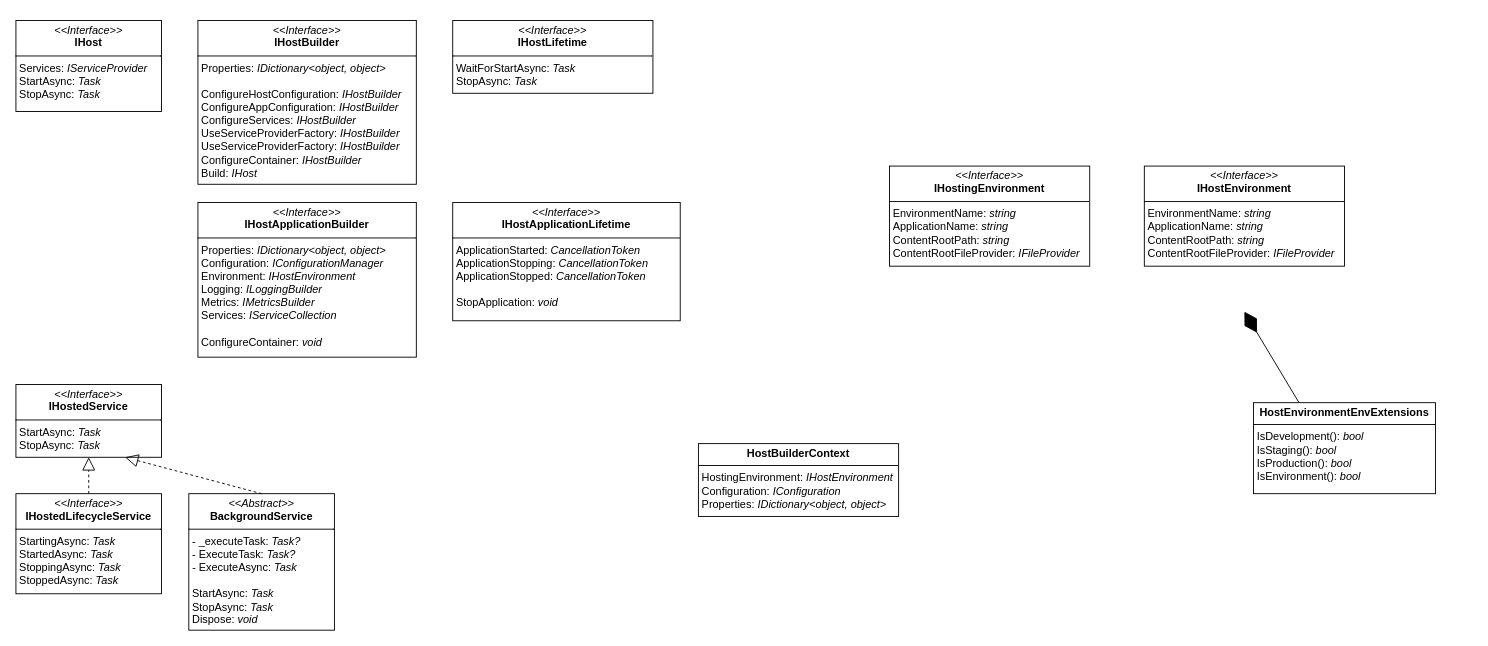
The draw.io diagram page "Hosting" (3 of 3) of .Net/Диаграмма без названия.drawio in KondyubaBA/Foundation, before the edit. Source tidied: cells renumbered, new cells numbered last; positions are measured from the earlier drawing's top-left corner, leaving out a move shared by most shapes. Both pictures are drawn from the tidied source at 91%, with x=0, y=0 at pixel (15, 20).
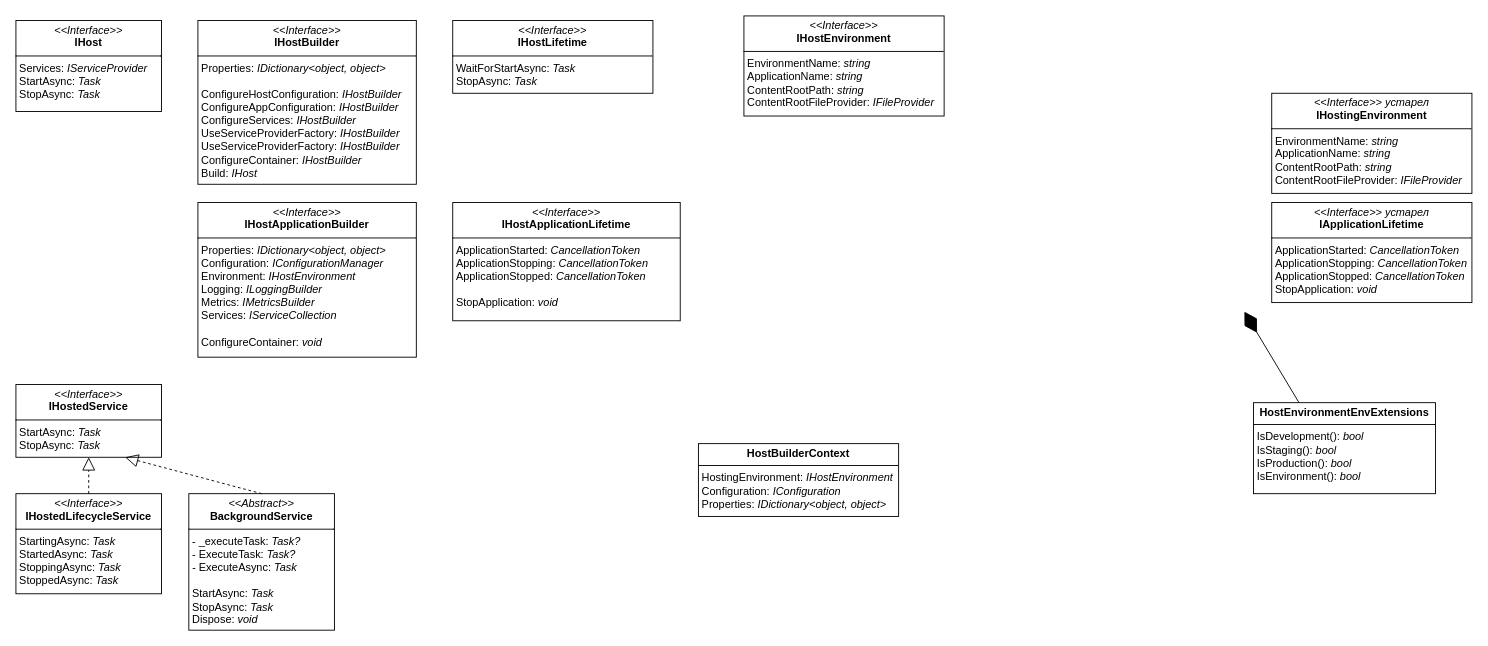
After the change.

The edit, as a diff of the source:
```diff
@@
 <mxGraphModel>
   <root>
     <mxCell id="0" />
     <mxCell id="1" parent="0" />
     <mxCell id="2" value="&lt;p style=&quot;margin:0px;margin-top:4px;text-align:center;&quot;&gt;&lt;i&gt;&amp;lt;&amp;lt;Interface&amp;gt;&amp;gt;&lt;/i&gt;&lt;br&gt;&lt;b&gt;IHost&lt;/b&gt;&lt;/p&gt;&lt;hr size=&quot;1&quot; style=&quot;border-style:solid;&quot;&gt;&lt;p style=&quot;margin:0px;margin-left:4px;&quot;&gt;Services: &lt;i&gt;IServiceProvider&lt;/i&gt;&lt;br&gt;StartAsync: &lt;i&gt;Task&lt;/i&gt;&lt;/p&gt;&lt;p style=&quot;margin:0px;margin-left:4px;&quot;&gt;StopAsync:&amp;nbsp;&lt;i style=&quot;background-color: initial;&quot;&gt;Task&lt;/i&gt;&lt;br&gt;&lt;/p&gt;" style="verticalAlign=top;align=left;overflow=fill;html=1;whiteSpace=wrap;" parent="1" vertex="1">
       <mxGeometry width="160" height="100" as="geometry" />
     </mxCell>
     <mxCell id="3" value="&lt;p style=&quot;margin:0px;margin-top:4px;text-align:center;&quot;&gt;&lt;i&gt;&amp;lt;&amp;lt;Interface&amp;gt;&amp;gt;&lt;/i&gt;&lt;br&gt;&lt;span style=&quot;background-color: initial; text-align: left;&quot;&gt;&lt;b&gt;IHostApplicationBuilder&lt;/b&gt;&lt;/span&gt;&lt;/p&gt;&lt;hr size=&quot;1&quot; style=&quot;border-style:solid;&quot;&gt;&lt;p style=&quot;margin:0px;margin-left:4px;&quot;&gt;Properties: &lt;i&gt;IDictionary&amp;lt;object, object&amp;gt;&lt;/i&gt;&lt;br&gt;Configuration:&amp;nbsp;&lt;span style=&quot;background-color: initial;&quot;&gt;&lt;i&gt;IConfigurationManager&lt;/i&gt;&lt;/span&gt;&lt;/p&gt;&lt;p style=&quot;margin:0px;margin-left:4px;&quot;&gt;Environment:&amp;nbsp;&lt;span style=&quot;background-color: initial;&quot;&gt;&lt;i&gt;IHostEnvironment&lt;/i&gt;&lt;/span&gt;&lt;br&gt;&lt;/p&gt;&lt;p style=&quot;margin:0px;margin-left:4px;&quot;&gt;&lt;span style=&quot;background-color: initial;&quot;&gt;Logging:&amp;nbsp;&lt;/span&gt;&lt;span style=&quot;background-color: initial;&quot;&gt;&lt;i&gt;ILoggingBuilder&lt;/i&gt;&lt;/span&gt;&lt;span style=&quot;background-color: initial;&quot;&gt;&lt;br&gt;&lt;/span&gt;&lt;/p&gt;&lt;p style=&quot;margin:0px;margin-left:4px;&quot;&gt;&lt;span style=&quot;background-color: initial;&quot;&gt;Metrics:&amp;nbsp;&lt;/span&gt;&lt;span style=&quot;background-color: initial;&quot;&gt;&lt;i&gt;IMetricsBuilder&lt;/i&gt;&lt;/span&gt;&lt;span style=&quot;background-color: initial;&quot;&gt;&lt;br&gt;&lt;/span&gt;&lt;/p&gt;&lt;p style=&quot;margin:0px;margin-left:4px;&quot;&gt;&lt;span style=&quot;background-color: initial;&quot;&gt;Services:&amp;nbsp;&lt;/span&gt;&lt;span style=&quot;background-color: initial;&quot;&gt;&lt;i&gt;IServiceCollection&lt;/i&gt;&lt;/span&gt;&lt;span style=&quot;background-color: initial;&quot;&gt;&lt;br&gt;&lt;/span&gt;&lt;/p&gt;&lt;p style=&quot;margin:0px;margin-left:4px;&quot;&gt;&lt;span style=&quot;background-color: initial;&quot;&gt;&lt;i&gt;&lt;br&gt;&lt;/i&gt;&lt;/span&gt;&lt;/p&gt;&lt;p style=&quot;margin:0px;margin-left:4px;&quot;&gt;&lt;span style=&quot;background-color: initial;&quot;&gt;ConfigureContainer:&lt;i&gt;&amp;nbsp;&lt;/i&gt;&lt;/span&gt;&lt;span style=&quot;background-color: initial;&quot;&gt;&lt;i&gt;void&lt;/i&gt;&lt;/span&gt;&lt;span style=&quot;background-color: initial;&quot;&gt;&lt;i&gt;&lt;br&gt;&lt;/i&gt;&lt;/span&gt;&lt;/p&gt;" style="verticalAlign=top;align=left;overflow=fill;html=1;whiteSpace=wrap;" parent="1" vertex="1">
       <mxGeometry x="200" y="200" width="240" height="170" as="geometry" />
     </mxCell>
     <mxCell id="4" value="&lt;p style=&quot;margin:0px;margin-top:4px;text-align:center;&quot;&gt;&lt;i&gt;&amp;lt;&amp;lt;Interface&amp;gt;&amp;gt;&lt;/i&gt;&lt;br&gt;&lt;span style=&quot;background-color: initial; text-align: left;&quot;&gt;&lt;b&gt;IHostApplicationLifetime&lt;/b&gt;&lt;/span&gt;&lt;/p&gt;&lt;hr size=&quot;1&quot; style=&quot;border-style:solid;&quot;&gt;&lt;p style=&quot;margin:0px;margin-left:4px;&quot;&gt;ApplicationStarted: &lt;i&gt;CancellationToken&lt;/i&gt;&lt;br&gt;ApplicationStopping:&amp;nbsp;&lt;i&gt;CancellationToken&lt;/i&gt;&lt;br&gt;&lt;/p&gt;&lt;p style=&quot;margin:0px;margin-left:4px;&quot;&gt;ApplicationStopped:&amp;nbsp;&lt;i&gt;CancellationToken&lt;/i&gt;&lt;br&gt;&lt;/p&gt;&lt;p style=&quot;margin:0px;margin-left:4px;&quot;&gt;&lt;i&gt;&lt;br&gt;&lt;/i&gt;&lt;/p&gt;&lt;p style=&quot;margin:0px;margin-left:4px;&quot;&gt;StopApplication: &lt;i&gt;void&lt;/i&gt;&lt;br&gt;&lt;/p&gt;" style="verticalAlign=top;align=left;overflow=fill;html=1;whiteSpace=wrap;" parent="1" vertex="1">
       <mxGeometry x="480" y="200" width="250" height="130" as="geometry" />
     </mxCell>
     <mxCell id="5" value="&lt;p style=&quot;margin:0px;margin-top:4px;text-align:center;&quot;&gt;&lt;i&gt;&amp;lt;&amp;lt;Interface&amp;gt;&amp;gt;&lt;/i&gt;&lt;br&gt;&lt;span style=&quot;background-color: initial; text-align: left;&quot;&gt;&lt;b&gt;IHostBuilder&lt;/b&gt;&lt;/span&gt;&lt;/p&gt;&lt;hr size=&quot;1&quot; style=&quot;border-style:solid;&quot;&gt;&lt;p style=&quot;margin:0px;margin-left:4px;&quot;&gt;Properties: &lt;i&gt;IDictionary&amp;lt;object, object&amp;gt;&lt;/i&gt;&lt;/p&gt;&lt;p style=&quot;margin:0px;margin-left:4px;&quot;&gt;&lt;i&gt;&lt;br&gt;&lt;/i&gt;ConfigureHostConfiguration:&amp;nbsp;&lt;span style=&quot;background-color: initial;&quot;&gt;&lt;i&gt;IHostBuilder&lt;/i&gt;&lt;/span&gt;&lt;/p&gt;&lt;p style=&quot;margin:0px;margin-left:4px;&quot;&gt;ConfigureAppConfiguration:&amp;nbsp;&lt;span style=&quot;background-color: initial;&quot;&gt;&lt;i&gt;IHostBuilder&lt;/i&gt;&lt;/span&gt;&lt;br&gt;&lt;/p&gt;&lt;p style=&quot;margin:0px;margin-left:4px;&quot;&gt;ConfigureServices:&amp;nbsp;&lt;span style=&quot;background-color: initial;&quot;&gt;&lt;i&gt;IHostBuilder&lt;/i&gt;&lt;/span&gt;&lt;span style=&quot;background-color: initial;&quot;&gt;&lt;i&gt;&lt;br&gt;&lt;/i&gt;&lt;/span&gt;&lt;/p&gt;&lt;p style=&quot;margin:0px;margin-left:4px;&quot;&gt;UseServiceProviderFactory:&amp;nbsp;&lt;span style=&quot;background-color: initial;&quot;&gt;&lt;i&gt;IHostBuilder&lt;/i&gt;&lt;/span&gt;&lt;span style=&quot;background-color: initial;&quot;&gt;&lt;i&gt;&lt;br&gt;&lt;/i&gt;&lt;/span&gt;&lt;/p&gt;&lt;p style=&quot;margin:0px;margin-left:4px;&quot;&gt;UseServiceProviderFactory:&amp;nbsp;&lt;span style=&quot;background-color: initial;&quot;&gt;&lt;i&gt;IHostBuilder&lt;/i&gt;&lt;/span&gt;&lt;span style=&quot;background-color: initial;&quot;&gt;&lt;i&gt;&lt;br&gt;&lt;/i&gt;&lt;/span&gt;&lt;/p&gt;&lt;p style=&quot;margin:0px;margin-left:4px;&quot;&gt;ConfigureContainer:&amp;nbsp;&lt;span style=&quot;background-color: initial;&quot;&gt;&lt;i&gt;IHostBuilder&lt;/i&gt;&lt;/span&gt;&lt;span style=&quot;background-color: initial;&quot;&gt;&lt;i&gt;&lt;br&gt;&lt;/i&gt;&lt;/span&gt;&lt;/p&gt;&lt;p style=&quot;margin:0px;margin-left:4px;&quot;&gt;&lt;span style=&quot;background-color: initial;&quot;&gt;Build:&amp;nbsp;&lt;/span&gt;&lt;span style=&quot;background-color: initial;&quot;&gt;&lt;i&gt;IHost&lt;/i&gt;&lt;/span&gt;&lt;span style=&quot;background-color: initial;&quot;&gt;&lt;i&gt;&lt;br&gt;&lt;/i&gt;&lt;/span&gt;&lt;/p&gt;" style="verticalAlign=top;align=left;overflow=fill;html=1;whiteSpace=wrap;" parent="1" vertex="1">
       <mxGeometry x="200" width="240" height="180" as="geometry" />
     </mxCell>
     <mxCell id="6" value="&lt;p style=&quot;margin:0px;margin-top:4px;text-align:center;&quot;&gt;&lt;i&gt;&amp;lt;&amp;lt;Interface&amp;gt;&amp;gt;&lt;/i&gt;&lt;br&gt;&lt;span style=&quot;background-color: initial; text-align: left;&quot;&gt;&lt;b&gt;IHostLifetime&lt;/b&gt;&lt;/span&gt;&lt;/p&gt;&lt;hr size=&quot;1&quot; style=&quot;border-style:solid;&quot;&gt;&lt;p style=&quot;margin:0px;margin-left:4px;&quot;&gt;WaitForStartAsync: &lt;i&gt;Task&lt;/i&gt;&lt;br&gt;&lt;/p&gt;&lt;p style=&quot;margin:0px;margin-left:4px;&quot;&gt;StopAsync:&amp;nbsp;&lt;i style=&quot;background-color: initial;&quot;&gt;Task&lt;/i&gt;&lt;br&gt;&lt;/p&gt;" style="verticalAlign=top;align=left;overflow=fill;html=1;whiteSpace=wrap;" parent="1" vertex="1">
       <mxGeometry x="480" width="220" height="80" as="geometry" />
     </mxCell>
     <mxCell id="7" value="&lt;p style=&quot;margin:0px;margin-top:4px;text-align:center;&quot;&gt;&lt;i&gt;&amp;lt;&amp;lt;Interface&amp;gt;&amp;gt;&lt;/i&gt;&lt;br&gt;&lt;span style=&quot;background-color: initial; text-align: left;&quot;&gt;&lt;b&gt;IHostedService&lt;/b&gt;&lt;/span&gt;&lt;/p&gt;&lt;hr size=&quot;1&quot; style=&quot;border-style:solid;&quot;&gt;&lt;p style=&quot;margin:0px;margin-left:4px;&quot;&gt;StartAsync: &lt;i&gt;Task&lt;/i&gt;&lt;/p&gt;&lt;p style=&quot;margin:0px;margin-left:4px;&quot;&gt;StopAsync:&amp;nbsp;&lt;i style=&quot;background-color: initial;&quot;&gt;Task&lt;/i&gt;&lt;br&gt;&lt;/p&gt;" style="verticalAlign=top;align=left;overflow=fill;html=1;whiteSpace=wrap;" parent="1" vertex="1">
       <mxGeometry y="400" width="160" height="80" as="geometry" />
     </mxCell>
     <mxCell id="8" value="&lt;p style=&quot;margin:0px;margin-top:4px;text-align:center;&quot;&gt;&lt;i&gt;&amp;lt;&amp;lt;Interface&amp;gt;&amp;gt;&lt;/i&gt;&lt;br&gt;&lt;span style=&quot;background-color: initial; text-align: left;&quot;&gt;&lt;b&gt;IHostedLifecycleService&lt;/b&gt;&lt;/span&gt;&lt;/p&gt;&lt;hr size=&quot;1&quot; style=&quot;border-style:solid;&quot;&gt;&lt;p style=&quot;margin:0px;margin-left:4px;&quot;&gt;StartingAsync: &lt;i&gt;Task&lt;/i&gt;&lt;/p&gt;&lt;p style=&quot;margin:0px;margin-left:4px;&quot;&gt;StartedAsync:&amp;nbsp;&lt;i style=&quot;background-color: initial;&quot;&gt;Task&lt;/i&gt;&lt;br&gt;&lt;/p&gt;&lt;p style=&quot;margin: 0px 0px 0px 4px;&quot;&gt;StoppingAsync:&amp;nbsp;&lt;i&gt;Task&lt;/i&gt;&lt;/p&gt;&lt;p style=&quot;margin: 0px 0px 0px 4px;&quot;&gt;StoppedAsync:&amp;nbsp;&lt;i style=&quot;background-color: initial;&quot;&gt;Task&lt;/i&gt;&lt;/p&gt;" style="verticalAlign=top;align=left;overflow=fill;html=1;whiteSpace=wrap;" parent="1" vertex="1">
       <mxGeometry y="520" width="160" height="110" as="geometry" />
     </mxCell>
     <mxCell id="9" style="endArrow=block;dashed=1;endFill=0;endSize=12;html=1;rounded=0;entryX=0.5;entryY=1;entryDx=0;entryDy=0;exitX=0.5;exitY=0;exitDx=0;exitDy=0;" parent="1" edge="1" source="8" target="7">
       <mxGeometry relative="1" as="geometry" />
     </mxCell>
-    <mxCell id="10" value="&lt;p style=&quot;margin:0px;margin-top:4px;text-align:center;&quot;&gt;&lt;i&gt;&amp;lt;&amp;lt;Interface&amp;gt;&amp;gt;&lt;/i&gt;&lt;br&gt;&lt;span style=&quot;background-color: initial; text-align: left;&quot;&gt;&lt;b&gt;IHostingEnvironment&lt;/b&gt;&lt;/span&gt;&lt;/p&gt;&lt;hr size=&quot;1&quot; style=&quot;border-style:solid;&quot;&gt;&lt;p style=&quot;margin:0px;margin-left:4px;&quot;&gt;EnvironmentName:&amp;nbsp;&lt;span style=&quot;background-color: initial;&quot;&gt;&lt;i&gt;string&lt;/i&gt;&lt;/span&gt;&lt;/p&gt;&lt;p style=&quot;margin:0px;margin-left:4px;&quot;&gt;ApplicationName:&amp;nbsp;&lt;span style=&quot;background-color: initial;&quot;&gt;&lt;i&gt;string&lt;/i&gt;&lt;/span&gt;&lt;br&gt;&lt;/p&gt;&lt;p style=&quot;margin:0px;margin-left:4px;&quot;&gt;&lt;span style=&quot;background-color: initial;&quot;&gt;ContentRootPath:&amp;nbsp;&lt;/span&gt;&lt;span style=&quot;background-color: initial;&quot;&gt;&lt;i&gt;string&lt;/i&gt;&lt;/span&gt;&lt;span style=&quot;background-color: initial;&quot;&gt;&lt;br&gt;&lt;/span&gt;&lt;/p&gt;&lt;p style=&quot;margin:0px;margin-left:4px;&quot;&gt;&lt;span style=&quot;background-color: initial;&quot;&gt;ContentRootFileProvider:&lt;i&gt;&amp;nbsp;&lt;/i&gt;&lt;/span&gt;&lt;span style=&quot;background-color: initial;&quot;&gt;&lt;i&gt;IFileProvider&lt;/i&gt;&lt;/span&gt;&lt;span style=&quot;background-color: initial;&quot;&gt;&lt;i&gt;&lt;br&gt;&lt;/i&gt;&lt;/span&gt;&lt;/p&gt;" style="verticalAlign=top;align=left;overflow=fill;html=1;whiteSpace=wrap;" parent="1" vertex="1">
-      <mxGeometry x="960" y="160" width="220" height="110" as="geometry" />
+    <mxCell id="10" value="&lt;p style=&quot;margin:0px;margin-top:4px;text-align:center;&quot;&gt;&lt;i&gt;&amp;lt;&amp;lt;Interface&amp;gt;&amp;gt; устарел&lt;/i&gt;&lt;br&gt;&lt;span style=&quot;background-color: initial; text-align: left;&quot;&gt;&lt;b&gt;IHostingEnvironment&lt;/b&gt;&lt;/span&gt;&lt;/p&gt;&lt;hr size=&quot;1&quot; style=&quot;border-style:solid;&quot;&gt;&lt;p style=&quot;margin:0px;margin-left:4px;&quot;&gt;EnvironmentName:&amp;nbsp;&lt;span style=&quot;background-color: initial;&quot;&gt;&lt;i&gt;string&lt;/i&gt;&lt;/span&gt;&lt;/p&gt;&lt;p style=&quot;margin:0px;margin-left:4px;&quot;&gt;ApplicationName:&amp;nbsp;&lt;span style=&quot;background-color: initial;&quot;&gt;&lt;i&gt;string&lt;/i&gt;&lt;/span&gt;&lt;br&gt;&lt;/p&gt;&lt;p style=&quot;margin:0px;margin-left:4px;&quot;&gt;&lt;span style=&quot;background-color: initial;&quot;&gt;ContentRootPath:&amp;nbsp;&lt;/span&gt;&lt;span style=&quot;background-color: initial;&quot;&gt;&lt;i&gt;string&lt;/i&gt;&lt;/span&gt;&lt;span style=&quot;background-color: initial;&quot;&gt;&lt;br&gt;&lt;/span&gt;&lt;/p&gt;&lt;p style=&quot;margin:0px;margin-left:4px;&quot;&gt;&lt;span style=&quot;background-color: initial;&quot;&gt;ContentRootFileProvider:&lt;i&gt;&amp;nbsp;&lt;/i&gt;&lt;/span&gt;&lt;span style=&quot;background-color: initial;&quot;&gt;&lt;i&gt;IFileProvider&lt;/i&gt;&lt;/span&gt;&lt;span style=&quot;background-color: initial;&quot;&gt;&lt;i&gt;&lt;br&gt;&lt;/i&gt;&lt;/span&gt;&lt;/p&gt;" style="verticalAlign=top;align=left;overflow=fill;html=1;whiteSpace=wrap;" parent="1" vertex="1">
+      <mxGeometry x="1380" y="80" width="220" height="110" as="geometry" />
     </mxCell>
     <mxCell id="11" value="&lt;p style=&quot;margin:0px;margin-top:4px;text-align:center;&quot;&gt;&lt;i&gt;&amp;lt;&amp;lt;Abstract&amp;gt;&amp;gt;&lt;/i&gt;&lt;br&gt;&lt;span style=&quot;background-color: initial; text-align: left;&quot;&gt;&lt;b&gt;BackgroundService&lt;/b&gt;&lt;/span&gt;&lt;/p&gt;&lt;hr size=&quot;1&quot; style=&quot;border-style:solid;&quot;&gt;&lt;p style=&quot;margin:0px;margin-left:4px;&quot;&gt;- _executeTask:&amp;nbsp;&lt;span style=&quot;background-color: initial;&quot;&gt;&lt;i&gt;Task?&lt;/i&gt;&lt;/span&gt;&lt;/p&gt;&lt;p style=&quot;margin:0px;margin-left:4px;&quot;&gt;- ExecuteTask:&amp;nbsp;&lt;span style=&quot;background-color: initial;&quot;&gt;&lt;i&gt;Task?&lt;/i&gt;&lt;/span&gt;&lt;br&gt;&lt;/p&gt;&lt;p style=&quot;margin:0px;margin-left:4px;&quot;&gt;&lt;span style=&quot;background-color: initial;&quot;&gt;&lt;i&gt;-&amp;nbsp;&lt;/i&gt;&lt;/span&gt;&lt;span style=&quot;background-color: initial;&quot;&gt;ExecuteAsync:&lt;i&gt;&amp;nbsp;&lt;/i&gt;&lt;/span&gt;&lt;span style=&quot;background-color: initial;&quot;&gt;&lt;i&gt;Task&lt;/i&gt;&lt;/span&gt;&lt;/p&gt;&lt;p style=&quot;margin:0px;margin-left:4px;&quot;&gt;&lt;span style=&quot;background-color: initial;&quot;&gt;&lt;i&gt;&lt;br&gt;&lt;/i&gt;&lt;/span&gt;&lt;/p&gt;&lt;p style=&quot;margin:0px;margin-left:4px;&quot;&gt;&lt;span style=&quot;background-color: initial;&quot;&gt;StartAsync:&lt;i&gt;&amp;nbsp;&lt;/i&gt;&lt;/span&gt;&lt;span style=&quot;background-color: initial;&quot;&gt;&lt;i&gt;Task&lt;/i&gt;&lt;/span&gt;&lt;span style=&quot;background-color: initial;&quot;&gt;&lt;i&gt;&lt;br&gt;&lt;/i&gt;&lt;/span&gt;&lt;/p&gt;&lt;p style=&quot;margin:0px;margin-left:4px;&quot;&gt;&lt;span style=&quot;background-color: initial;&quot;&gt;StopAsync:&lt;i&gt; Task&lt;br&gt;&lt;/i&gt;&lt;/span&gt;&lt;/p&gt;&lt;p style=&quot;margin:0px;margin-left:4px;&quot;&gt;&lt;span style=&quot;background-color: initial;&quot;&gt;Dispose:&lt;i&gt; void&lt;br&gt;&lt;/i&gt;&lt;/span&gt;&lt;/p&gt;" style="verticalAlign=top;align=left;overflow=fill;html=1;whiteSpace=wrap;" parent="1" vertex="1">
       <mxGeometry x="190" y="520" width="160" height="150" as="geometry" />
     </mxCell>
     <mxCell id="12" style="endArrow=block;dashed=1;endFill=0;endSize=12;html=1;rounded=0;entryX=0.75;entryY=1;entryDx=0;entryDy=0;exitX=0.5;exitY=0;exitDx=0;exitDy=0;" parent="1" edge="1" source="11" target="7">
       <mxGeometry relative="1" as="geometry" />
     </mxCell>
     <mxCell id="13" value="&lt;p style=&quot;margin:0px;margin-top:4px;text-align:center;&quot;&gt;&lt;span style=&quot;background-color: initial; text-align: left;&quot;&gt;&lt;b&gt;HostBuilderContext&lt;/b&gt;&lt;/span&gt;&lt;/p&gt;&lt;hr size=&quot;1&quot; style=&quot;border-style:solid;&quot;&gt;&lt;p style=&quot;margin:0px;margin-left:4px;&quot;&gt;HostingEnvironment:&amp;nbsp;&lt;span style=&quot;background-color: initial;&quot;&gt;&lt;i&gt;IHostEnvironment&lt;/i&gt;&lt;/span&gt;&lt;/p&gt;&lt;p style=&quot;margin:0px;margin-left:4px;&quot;&gt;Configuration:&amp;nbsp;&lt;span style=&quot;background-color: initial;&quot;&gt;&lt;i&gt;IConfiguration&lt;/i&gt;&lt;/span&gt;&lt;br&gt;&lt;/p&gt;&lt;p style=&quot;margin:0px;margin-left:4px;&quot;&gt;&lt;span style=&quot;background-color: initial;&quot;&gt;Properties&lt;/span&gt;&lt;span style=&quot;background-color: initial;&quot;&gt;:&amp;nbsp;&lt;/span&gt;&lt;span style=&quot;background-color: initial;&quot;&gt;&lt;i&gt;IDictionary&amp;lt;object, object&amp;gt;&lt;/i&gt;&lt;/span&gt;&lt;/p&gt;" style="verticalAlign=top;align=left;overflow=fill;html=1;whiteSpace=wrap;" parent="1" vertex="1">
       <mxGeometry x="750" y="465" width="220" height="80" as="geometry" />
     </mxCell>
     <mxCell id="14" value="&lt;p style=&quot;margin: 4px 0px 0px; text-align: center;&quot;&gt;&lt;span style=&quot;background-color: initial; text-align: left;&quot;&gt;&lt;b&gt;HostEnvironmentEnvExtensions&lt;/b&gt;&lt;/span&gt;&lt;/p&gt;&lt;hr size=&quot;1&quot; style=&quot;border-style:solid;&quot;&gt;&lt;p style=&quot;margin:0px;margin-left:4px;&quot;&gt;IsDevelopment():&amp;nbsp;&lt;span style=&quot;background-color: initial;&quot;&gt;&lt;i&gt;bool&lt;/i&gt;&lt;/span&gt;&lt;/p&gt;&lt;p style=&quot;margin:0px;margin-left:4px;&quot;&gt;IsStaging():&amp;nbsp;&lt;i style=&quot;background-color: initial;&quot;&gt;bool&lt;/i&gt;&lt;br&gt;&lt;/p&gt;&lt;p style=&quot;margin:0px;margin-left:4px;&quot;&gt;&lt;span style=&quot;background-color: initial;&quot;&gt;IsProduction()&lt;/span&gt;&lt;span style=&quot;background-color: initial;&quot;&gt;:&amp;nbsp;&lt;/span&gt;&lt;span style=&quot;background-color: initial;&quot;&gt;&lt;i&gt;bool&lt;/i&gt;&lt;/span&gt;&lt;/p&gt;&lt;p style=&quot;margin:0px;margin-left:4px;&quot;&gt;&lt;span style=&quot;background-color: initial;&quot;&gt;IsEnvironment():&lt;i&gt; bool&lt;/i&gt;&lt;/span&gt;&lt;span style=&quot;background-color: initial;&quot;&gt;&lt;i&gt;&amp;nbsp;&lt;br&gt;&lt;/i&gt;&lt;/span&gt;&lt;/p&gt;" style="verticalAlign=top;align=left;overflow=fill;html=1;whiteSpace=wrap;" parent="1" vertex="1">
       <mxGeometry x="1360" y="420" width="200" height="100" as="geometry" />
     </mxCell>
     <mxCell id="15" style="endArrow=diamondThin;endFill=1;endSize=24;html=1;rounded=0;exitX=0.25;exitY=0;exitDx=0;exitDy=0;" parent="1" edge="1" source="14">
       <mxGeometry relative="1" as="geometry">
         <mxPoint x="1350" y="320" as="targetPoint" />
       </mxGeometry>
     </mxCell>
     <mxCell id="16" value="&lt;p style=&quot;margin:0px;margin-top:4px;text-align:center;&quot;&gt;&lt;i&gt;&amp;lt;&amp;lt;Interface&amp;gt;&amp;gt;&lt;/i&gt;&lt;br&gt;&lt;span style=&quot;background-color: initial; text-align: left;&quot;&gt;&lt;b&gt;IHostEnvironment&lt;/b&gt;&lt;/span&gt;&lt;/p&gt;&lt;hr size=&quot;1&quot; style=&quot;border-style:solid;&quot;&gt;&lt;p style=&quot;margin:0px;margin-left:4px;&quot;&gt;EnvironmentName:&amp;nbsp;&lt;span style=&quot;background-color: initial;&quot;&gt;&lt;i&gt;string&lt;/i&gt;&lt;/span&gt;&lt;/p&gt;&lt;p style=&quot;margin:0px;margin-left:4px;&quot;&gt;ApplicationName:&amp;nbsp;&lt;span style=&quot;background-color: initial;&quot;&gt;&lt;i&gt;string&lt;/i&gt;&lt;/span&gt;&lt;br&gt;&lt;/p&gt;&lt;p style=&quot;margin:0px;margin-left:4px;&quot;&gt;&lt;span style=&quot;background-color: initial;&quot;&gt;ContentRootPath:&amp;nbsp;&lt;/span&gt;&lt;span style=&quot;background-color: initial;&quot;&gt;&lt;i&gt;string&lt;/i&gt;&lt;/span&gt;&lt;span style=&quot;background-color: initial;&quot;&gt;&lt;br&gt;&lt;/span&gt;&lt;/p&gt;&lt;p style=&quot;margin:0px;margin-left:4px;&quot;&gt;&lt;span style=&quot;background-color: initial;&quot;&gt;ContentRootFileProvider:&lt;i&gt;&amp;nbsp;&lt;/i&gt;&lt;/span&gt;&lt;span style=&quot;background-color: initial;&quot;&gt;&lt;i&gt;IFileProvider&lt;/i&gt;&lt;/span&gt;&lt;span style=&quot;background-color: initial;&quot;&gt;&lt;i&gt;&lt;br&gt;&lt;/i&gt;&lt;/span&gt;&lt;/p&gt;" style="verticalAlign=top;align=left;overflow=fill;html=1;whiteSpace=wrap;" parent="1" vertex="1">
-      <mxGeometry x="1240" y="160" width="220" height="110" as="geometry" />
+      <mxGeometry x="800" y="-5" width="220" height="110" as="geometry" />
     </mxCell>
+    <mxCell id="17" value="&lt;p style=&quot;margin:0px;margin-top:4px;text-align:center;&quot;&gt;&lt;i&gt;&amp;lt;&amp;lt;Interface&amp;gt;&amp;gt; устарел&lt;/i&gt;&lt;br&gt;&lt;span style=&quot;background-color: initial; text-align: left;&quot;&gt;&lt;b&gt;IApplicationLifetime&lt;/b&gt;&lt;/span&gt;&lt;/p&gt;&lt;hr size=&quot;1&quot; style=&quot;border-style:solid;&quot;&gt;&lt;p style=&quot;margin:0px;margin-left:4px;&quot;&gt;ApplicationStarted:&amp;nbsp;&lt;span style=&quot;background-color: initial;&quot;&gt;&lt;i&gt;CancellationToken&lt;/i&gt;&lt;/span&gt;&lt;/p&gt;&lt;p style=&quot;margin:0px;margin-left:4px;&quot;&gt;ApplicationStopping:&amp;nbsp;&lt;span style=&quot;background-color: initial;&quot;&gt;&lt;i&gt;CancellationToken&lt;/i&gt;&lt;/span&gt;&lt;br&gt;&lt;/p&gt;&lt;p style=&quot;margin:0px;margin-left:4px;&quot;&gt;&lt;span style=&quot;background-color: initial;&quot;&gt;ApplicationStopped&lt;/span&gt;&lt;span style=&quot;background-color: initial;&quot;&gt;:&amp;nbsp;&lt;/span&gt;&lt;span style=&quot;background-color: initial;&quot;&gt;&lt;i&gt;CancellationToken&lt;/i&gt;&lt;/span&gt;&lt;span style=&quot;background-color: initial;&quot;&gt;&lt;br&gt;&lt;/span&gt;&lt;/p&gt;&lt;p style=&quot;margin:0px;margin-left:4px;&quot;&gt;&lt;span style=&quot;background-color: initial;&quot;&gt;StopApplication&lt;/span&gt;&lt;span style=&quot;background-color: initial;&quot;&gt;:&lt;i&gt;&amp;nbsp;void&lt;/i&gt;&lt;/span&gt;&lt;span style=&quot;background-color: initial;&quot;&gt;&lt;i&gt;&lt;br&gt;&lt;/i&gt;&lt;/span&gt;&lt;/p&gt;" style="verticalAlign=top;align=left;overflow=fill;html=1;whiteSpace=wrap;" parent="1" vertex="1">
+      <mxGeometry x="1380" y="200" width="220" height="110" as="geometry" />
+    </mxCell>
   </root>
 </mxGraphModel>
```
